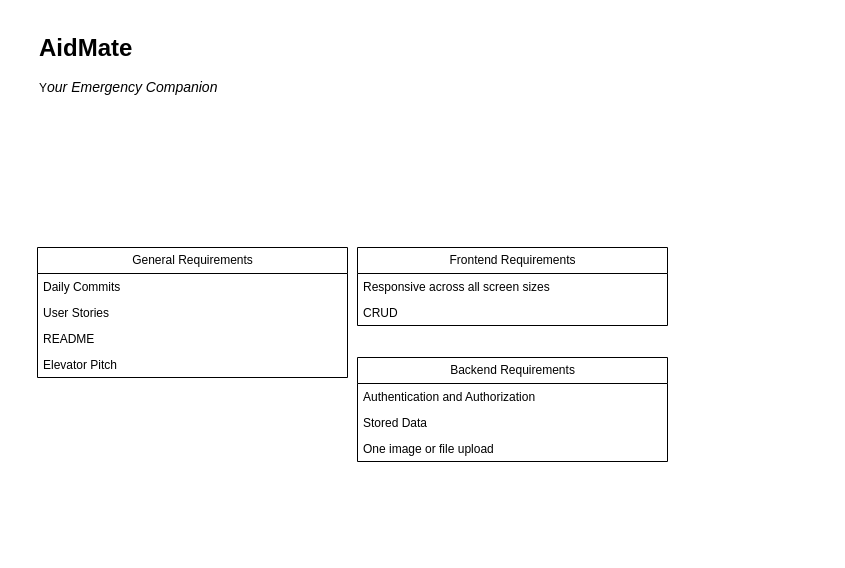
mfmarson/AidMate keeps this draw.io diagram as page "General" (1 of 7) of Untitled Diagram.drawio. Above is the earlier version. Source tidied: cells renumbered, new cells numbered last; positions are measured from the earlier drawing's top-left corner, leaving out a move shared by most shapes. Both pictures are drawn from the tidied source at 100%, with x=0, y=0 at pixel (37, 27).
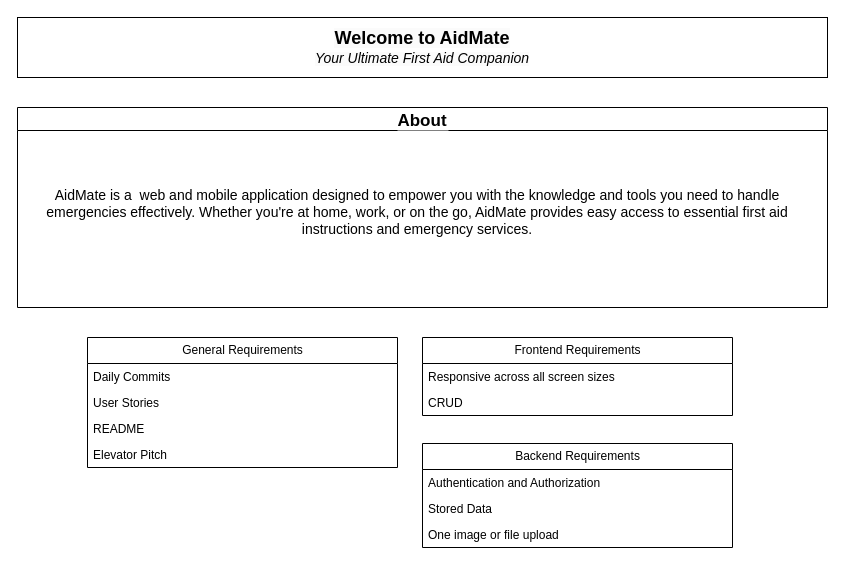
Above is the later version.

Commit message:
add about and feature tab

What changed in the source:
```diff
@@
 <mxGraphModel>
   <root>
     <mxCell id="0" />
     <mxCell id="1" parent="0" />
     <mxCell id="2" value="General Requirements" style="swimlane;fontStyle=0;horizontal=1;startSize=26;fillColor=none;html=1;" parent="1" vertex="1">
-      <mxGeometry y="220" width="310" height="130" as="geometry" />
+      <mxGeometry x="50" y="310" width="310" height="130" as="geometry" />
     </mxCell>
     <mxCell id="3" value="Daily Commits&lt;div&gt;&lt;br&gt;&lt;/div&gt;" style="text;strokeColor=none;fillColor=none;align=left;verticalAlign=top;spacingLeft=4;spacingRight=4;overflow=hidden;whiteSpace=wrap;html=1;" parent="2" vertex="1">
       <mxGeometry y="26" width="310" height="26" as="geometry" />
     </mxCell>
     <mxCell id="4" value="User Stories" style="text;strokeColor=none;fillColor=none;align=left;verticalAlign=top;spacingLeft=4;spacingRight=4;overflow=hidden;whiteSpace=wrap;html=1;" parent="2" vertex="1">
       <mxGeometry y="52" width="310" height="26" as="geometry" />
     </mxCell>
     <mxCell id="5" value="README&amp;nbsp;&lt;div&gt;&lt;br&gt;&lt;/div&gt;" style="text;strokeColor=none;fillColor=none;align=left;verticalAlign=top;spacingLeft=4;spacingRight=4;overflow=hidden;whiteSpace=wrap;html=1;" parent="2" vertex="1">
       <mxGeometry y="78" width="310" height="26" as="geometry" />
     </mxCell>
     <mxCell id="6" value="Elevator Pitch" style="text;strokeColor=none;fillColor=none;align=left;verticalAlign=top;spacingLeft=4;spacingRight=4;overflow=hidden;whiteSpace=wrap;html=1;" parent="2" vertex="1">
       <mxGeometry y="104" width="310" height="26" as="geometry" />
     </mxCell>
     <mxCell id="7" value="Frontend Requirements" style="swimlane;fontStyle=0;horizontal=1;startSize=26;fillColor=none;html=1;" parent="1" vertex="1">
-      <mxGeometry x="320" y="220" width="310" height="78" as="geometry" />
+      <mxGeometry x="385" y="310" width="310" height="78" as="geometry" />
     </mxCell>
     <mxCell id="8" value="&lt;div&gt;Responsive across all screen sizes&lt;/div&gt;" style="text;strokeColor=none;fillColor=none;align=left;verticalAlign=top;spacingLeft=4;spacingRight=4;overflow=hidden;whiteSpace=wrap;html=1;" parent="7" vertex="1">
       <mxGeometry y="26" width="310" height="26" as="geometry" />
     </mxCell>
     <mxCell id="9" value="CRUD" style="text;strokeColor=none;fillColor=none;align=left;verticalAlign=top;spacingLeft=4;spacingRight=4;overflow=hidden;whiteSpace=wrap;html=1;" parent="7" vertex="1">
       <mxGeometry y="52" width="310" height="26" as="geometry" />
     </mxCell>
     <mxCell id="10" value="Backend Requirements" style="swimlane;fontStyle=0;horizontal=1;startSize=26;fillColor=none;html=1;" parent="1" vertex="1">
-      <mxGeometry x="320" y="330" width="310" height="104" as="geometry" />
+      <mxGeometry x="385" y="416" width="310" height="104" as="geometry" />
     </mxCell>
     <mxCell id="11" value="&lt;div&gt;Authentication and Authorization&amp;nbsp;&lt;/div&gt;&lt;div&gt;&lt;br&gt;&lt;/div&gt;" style="text;strokeColor=none;fillColor=none;align=left;verticalAlign=top;spacingLeft=4;spacingRight=4;overflow=hidden;whiteSpace=wrap;html=1;" parent="10" vertex="1">
       <mxGeometry y="26" width="310" height="26" as="geometry" />
     </mxCell>
     <mxCell id="12" value="Stored Data" style="text;strokeColor=none;fillColor=none;align=left;verticalAlign=top;spacingLeft=4;spacingRight=4;overflow=hidden;whiteSpace=wrap;html=1;" parent="10" vertex="1">
       <mxGeometry y="52" width="310" height="26" as="geometry" />
     </mxCell>
     <mxCell id="13" value="One image or file upload" style="text;strokeColor=none;fillColor=none;align=left;verticalAlign=top;spacingLeft=4;spacingRight=4;overflow=hidden;whiteSpace=wrap;html=1;" parent="10" vertex="1">
       <mxGeometry y="78" width="310" height="26" as="geometry" />
     </mxCell>
-    <mxCell id="14" value="&lt;h1 style=&quot;margin-top: 0px;&quot;&gt;&lt;span style=&quot;background-color: initial;&quot;&gt;AidMate&lt;/span&gt;&lt;/h1&gt;&lt;div&gt;&lt;span style=&quot;background-color: initial;&quot;&gt;Y&lt;font style=&quot;font-size: 14px;&quot;&gt;&lt;i&gt;our Emergency Companion&amp;nbsp;&lt;/i&gt;&lt;/font&gt;&lt;/span&gt;&lt;/div&gt;&lt;div&gt;&lt;span style=&quot;background-color: initial;&quot;&gt;&lt;font style=&quot;font-size: 14px;&quot;&gt;&lt;i&gt;&lt;br&gt;&lt;/i&gt;&lt;/font&gt;&lt;/span&gt;&lt;/div&gt;&lt;h1 style=&quot;margin-top: 0px;&quot;&gt;&lt;br&gt;&lt;/h1&gt;" style="text;html=1;whiteSpace=wrap;overflow=hidden;rounded=0;" parent="1" vertex="1">
-      <mxGeometry width="640" height="120" as="geometry" />
-    </mxCell>
+    <mxCell id="15" value="About" style="swimlane;fontSize=17;labelBackgroundColor=default;" parent="1" vertex="1">
+      <mxGeometry x="-20" y="80" width="810" height="200" as="geometry" />
+    </mxCell>
+    <mxCell id="16" value="&lt;span style=&quot;color: rgb(0, 0, 0); font-family: Helvetica; font-size: 14px; font-style: normal; font-variant-ligatures: normal; font-variant-caps: normal; font-weight: 400; letter-spacing: normal; orphans: 2; text-align: left; text-indent: 0px; text-transform: none; widows: 2; word-spacing: 0px; -webkit-text-stroke-width: 0px; white-space: normal; text-decoration-thickness: initial; text-decoration-style: initial; text-decoration-color: initial; float: none; display: inline !important;&quot;&gt;AidMate is a&amp;nbsp; web and mobile application designed to empower you with the knowledge and tools you need to handle emergencies effectively. Whether you're at home, work, or on the go, AidMate provides easy access to essential first aid instructions and emergency services.&lt;/span&gt;" style="text;html=1;align=center;verticalAlign=middle;whiteSpace=wrap;rounded=0;fontSize=14;labelBackgroundColor=default;" parent="15" vertex="1">
+      <mxGeometry x="10" y="30" width="780" height="150" as="geometry" />
+    </mxCell>
+    <mxCell id="17" value="&lt;font style=&quot;font-size: 18px;&quot;&gt;&lt;b&gt;&lt;span style=&quot;color: rgb(0, 0, 0); font-family: Helvetica; font-style: normal; font-variant-ligatures: normal; font-variant-caps: normal; letter-spacing: normal; orphans: 2; text-align: left; text-indent: 0px; text-transform: none; widows: 2; word-spacing: 0px; -webkit-text-stroke-width: 0px; white-space: normal; background-color: rgb(251, 251, 251); text-decoration-thickness: initial; text-decoration-style: initial; text-decoration-color: initial; float: none; display: inline !important;&quot;&gt;Welcome to AidMate&lt;/span&gt;&lt;br style=&quot;forced-color-adjust: none; color: rgb(0, 0, 0); font-family: Helvetica; font-style: normal; font-variant-ligatures: normal; font-variant-caps: normal; letter-spacing: normal; orphans: 2; text-align: left; text-indent: 0px; text-transform: none; widows: 2; word-spacing: 0px; -webkit-text-stroke-width: 0px; white-space: normal; background-color: rgb(251, 251, 251); text-decoration-thickness: initial; text-decoration-style: initial; text-decoration-color: initial;&quot;&gt;&lt;/b&gt;&lt;/font&gt;&lt;span style=&quot;color: rgb(0, 0, 0); font-family: Helvetica; font-variant-ligatures: normal; font-variant-caps: normal; font-weight: 400; letter-spacing: normal; orphans: 2; text-align: left; text-indent: 0px; text-transform: none; widows: 2; word-spacing: 0px; -webkit-text-stroke-width: 0px; white-space: normal; background-color: rgb(251, 251, 251); text-decoration-thickness: initial; text-decoration-style: initial; text-decoration-color: initial; float: none; display: inline !important;&quot;&gt;&lt;font style=&quot;font-size: 14px;&quot;&gt;&lt;i&gt;Your Ultimate First Aid Companion&lt;/i&gt;&lt;/font&gt;&lt;/span&gt;" style="rounded=0;whiteSpace=wrap;html=1;" parent="1" vertex="1">
+      <mxGeometry x="-20" y="-10" width="810" height="60" as="geometry" />
+    </mxCell>
   </root>
 </mxGraphModel>
```
